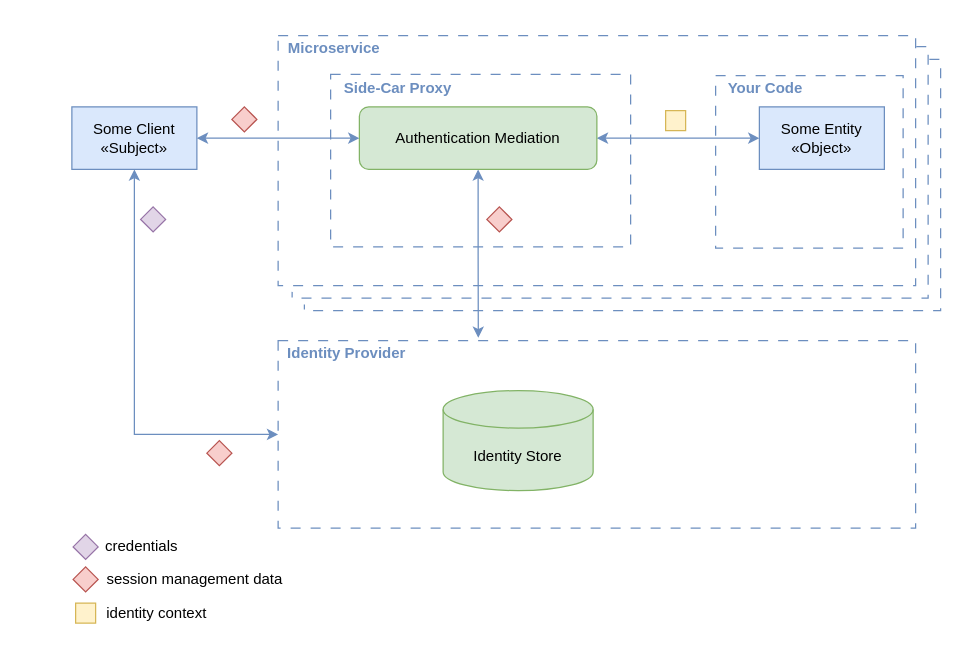
The draw.io diagram assets/Service_Level_Proxy_Mediated_Authentication.drawio in dadrus/CheatSheetSeries, before the edit. Source tidied: cells renumbered, new cells numbered last; positions are measured from the earlier drawing's top-left corner, leaving out a move shared by most shapes. Both pictures are drawn from the tidied source at 125%, with x=0, y=0 at pixel (71, 35).
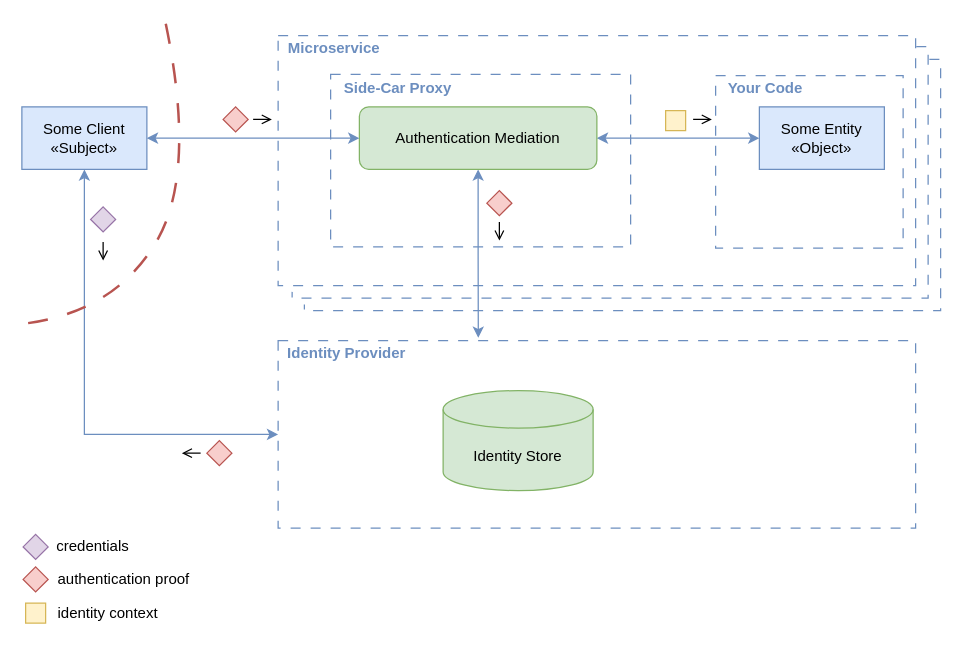
Above is the later version.

The change refers to these unchanged cells:
```xml
<mxCell id="21" style="rounded=0;whiteSpace=wrap;html=1;fillColor=none;strokeColor=#6c8ebf;dashed=1;dashPattern=8 8;" parent="1" vertex="1">
  <mxGeometry x="165" y="244" width="510" height="150" as="geometry" />
</mxCell>
```

Diff of the diagram source:
```diff
@@
-    <mxCell id="9" style="edgeStyle=orthogonalEdgeStyle;rounded=0;jettySize=auto;html=1;fillColor=#dae8fc;strokeColor=#6c8ebf;startArrow=classic;startFill=1;entryX=0;entryY=0.5;entryDx=0;entryDy=0;" parent="1" edge="1" source="10" target="21">
+    <mxCell id="9" style="edgeStyle=orthogonalEdgeStyle;rounded=0;jettySize=auto;html=1;fillColor=#dae8fc;strokeColor=#6c8ebf;startArrow=classic;startFill=1;entryX=0;entryY=0.5;entryDx=0;entryDy=0;exitX=0.5;exitY=1;exitDx=0;exitDy=0;" parent="1" edge="1" source="10" target="21">
       <mxGeometry relative="1" as="geometry">
         <Array as="points">
-          <mxPoint x="50" y="319" />
+          <mxPoint x="10" y="319" />
         </Array>
       </mxGeometry>
     </mxCell>
     <mxCell id="10" value="Some Client&lt;br&gt;«Subject»" style="rounded=0;whiteSpace=wrap;html=1;fillColor=#dae8fc;strokeColor=#6c8ebf;" parent="1" vertex="1">
-      <mxGeometry y="57" width="100" height="50" as="geometry" />
+      <mxGeometry x="-40" y="57" width="100" height="50" as="geometry" />
     </mxCell>
@@
     <mxCell id="15" style="rhombus;whiteSpace=wrap;html=1;fillColor=#e1d5e7;strokeColor=#9673a6;" parent="1" vertex="1">
-      <mxGeometry x="55" y="137" width="20" height="20" as="geometry" />
+      <mxGeometry x="15" y="137" width="20" height="20" as="geometry" />
     </mxCell>
@@
     <mxCell id="17" style="rhombus;whiteSpace=wrap;html=1;fillColor=#e1d5e7;strokeColor=#9673a6;" parent="1" vertex="1">
-      <mxGeometry x="1" y="399" width="20" height="20" as="geometry" />
+      <mxGeometry x="-39" y="399" width="20" height="20" as="geometry" />
     </mxCell>
     <mxCell id="18" style="rhombus;whiteSpace=wrap;html=1;fillColor=#f8cecc;strokeColor=#b85450;" parent="1" vertex="1">
-      <mxGeometry x="1" y="425" width="20" height="20" as="geometry" />
+      <mxGeometry x="-39" y="425" width="20" height="20" as="geometry" />
     </mxCell>
-    <mxCell id="19" value="credentials" style="text;html=1;align=center;verticalAlign=middle;whiteSpace=wrap;rounded=0;" parent="1" vertex="1">
-      <mxGeometry x="26" y="399" width="60" height="20" as="geometry" />
+    <mxCell id="19" value="credentials" style="text;html=1;align=left;verticalAlign=middle;whiteSpace=wrap;rounded=0;" parent="1" vertex="1">
+      <mxGeometry x="-14" y="399" width="60" height="20" as="geometry" />
     </mxCell>
-    <mxCell id="20" value="session management data" style="text;html=1;align=center;verticalAlign=middle;whiteSpace=wrap;rounded=0;" parent="1" vertex="1">
-      <mxGeometry x="26" y="425" width="145" height="20" as="geometry" />
+    <mxCell id="20" value="authentication proof" style="text;html=1;align=left;verticalAlign=middle;whiteSpace=wrap;rounded=0;" parent="1" vertex="1">
+      <mxGeometry x="-13" y="425" width="145" height="20" as="geometry" />
     </mxCell>
@@
     <mxCell id="23" style="rhombus;whiteSpace=wrap;html=1;fillColor=#f8cecc;strokeColor=#b85450;" parent="1" vertex="1">
-      <mxGeometry x="128" y="57" width="20" height="20" as="geometry" />
+      <mxGeometry x="121" y="57" width="20" height="20" as="geometry" />
     </mxCell>
     <mxCell id="24" style="rhombus;whiteSpace=wrap;html=1;fillColor=#f8cecc;strokeColor=#b85450;" parent="1" vertex="1">
-      <mxGeometry x="332" y="137" width="20" height="20" as="geometry" />
+      <mxGeometry x="332" y="124" width="20" height="20" as="geometry" />
     </mxCell>
@@
     <mxCell id="29" style="whiteSpace=wrap;html=1;fillColor=#fff2cc;strokeColor=#d6b656;" parent="1" vertex="1">
-      <mxGeometry x="3" y="454" width="16" height="16" as="geometry" />
+      <mxGeometry x="-37" y="454" width="16" height="16" as="geometry" />
     </mxCell>
     <mxCell id="30" value="&lt;div align=&quot;left&quot;&gt;identity context&lt;/div&gt;" style="text;html=1;align=left;verticalAlign=middle;whiteSpace=wrap;rounded=0;" parent="1" vertex="1">
-      <mxGeometry x="26" y="452" width="145" height="20" as="geometry" />
+      <mxGeometry x="-13" y="452" width="145" height="20" as="geometry" />
     </mxCell>
+    <mxCell id="31" style="endArrow=open;html=1;rounded=0;endFill=0;" parent="1" edge="1">
+      <mxGeometry relative="1" as="geometry">
+        <mxPoint x="145" y="67" as="sourcePoint" />
+        <mxPoint x="160" y="67" as="targetPoint" />
+      </mxGeometry>
+    </mxCell>
+    <mxCell id="32" style="endArrow=none;html=1;rounded=0;endFill=0;startArrow=open;startFill=0;" parent="1" edge="1">
+      <mxGeometry relative="1" as="geometry">
+        <mxPoint x="88" y="334" as="sourcePoint" />
+        <mxPoint x="103" y="334" as="targetPoint" />
+      </mxGeometry>
+    </mxCell>
+    <mxCell id="33" style="endArrow=open;html=1;rounded=0;endFill=0;" parent="1" edge="1">
+      <mxGeometry relative="1" as="geometry">
+        <mxPoint x="497" y="67" as="sourcePoint" />
+        <mxPoint x="512" y="67" as="targetPoint" />
+      </mxGeometry>
+    </mxCell>
+    <mxCell id="34" style="endArrow=open;html=1;rounded=0;endFill=0;" parent="1" edge="1">
+      <mxGeometry relative="1" as="geometry">
+        <mxPoint x="25" y="165" as="sourcePoint" />
+        <mxPoint x="25" y="180" as="targetPoint" />
+      </mxGeometry>
+    </mxCell>
+    <mxCell id="35" style="endArrow=open;html=1;rounded=0;endFill=0;" parent="1" edge="1">
+      <mxGeometry relative="1" as="geometry">
+        <mxPoint x="342" y="149" as="sourcePoint" />
+        <mxPoint x="342" y="164" as="targetPoint" />
+      </mxGeometry>
+    </mxCell>
+    <mxCell id="36" style="curved=1;endArrow=none;html=1;rounded=0;dashed=1;dashPattern=8 8;startFill=0;fillColor=#f8cecc;strokeColor=#b85450;startSize=9;endSize=8;strokeWidth=2;" parent="1" edge="1">
+      <mxGeometry relative="1" as="geometry">
+        <mxPoint x="-35" y="230" as="sourcePoint" />
+        <mxPoint x="75" y="-10" as="targetPoint" />
+        <Array as="points">
+          <mxPoint x="35" y="220" />
+          <mxPoint x="100" y="110" />
+        </Array>
+      </mxGeometry>
+    </mxCell>
```
